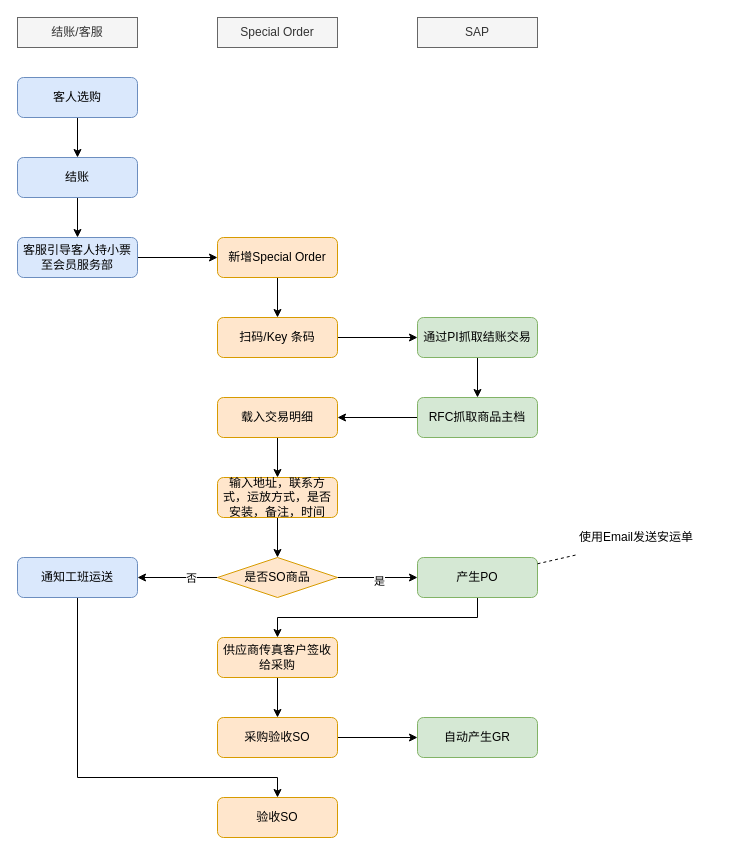
Before: page "销售" (1 of 2) of Special Order.drawio in luss613/draw.io, a draw.io diagram. Source tidied: cells renumbered, new cells numbered last; positions are measured from the earlier drawing's top-left corner, leaving out a move shared by most shapes. Both pictures are drawn from the tidied source at 100%, with x=0, y=0 at pixel (17, 17).
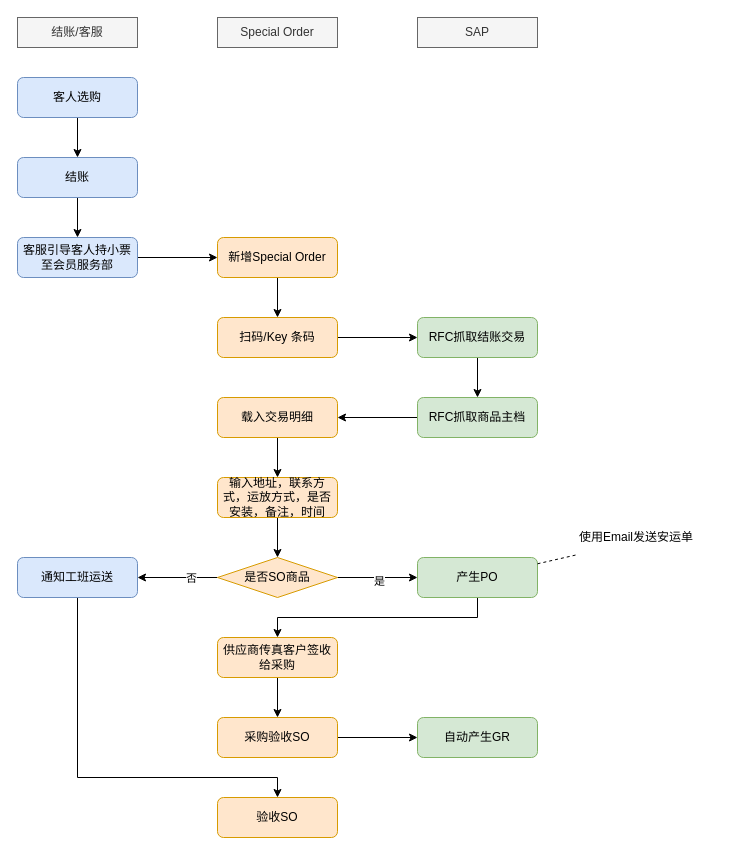
The same diagram, later.

What changed in the source:
```diff
@@
-    <mxCell id="13" value="通过PI抓取结账交易" style="rounded=1;whiteSpace=wrap;html=1;fontSize=12;glass=0;strokeWidth=1;shadow=0;fillColor=#d5e8d4;strokeColor=#82b366;" parent="1" vertex="1">
+    <mxCell id="13" value="RFC抓取结账交易" style="rounded=1;whiteSpace=wrap;html=1;fontSize=12;glass=0;strokeWidth=1;shadow=0;fillColor=#d5e8d4;strokeColor=#82b366;" parent="1" vertex="1">
       <mxGeometry x="400" y="300" width="120" height="40" as="geometry" />
     </mxCell>
```
